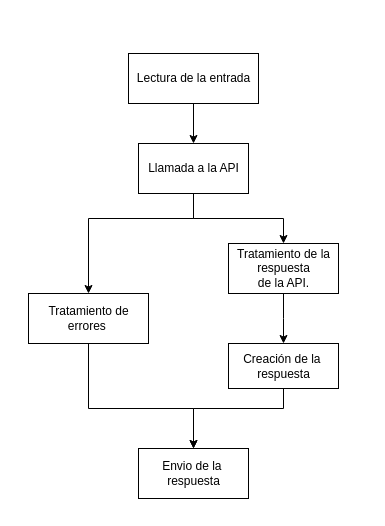
Above: Documentación/Imagenes/Bitmap/Diagramas/serviciosAPIARAASAC.drawio in NILGroup/TFG-1819-PictoTexto (draw.io), before the change. Source tidied: cells renumbered, new cells numbered last; positions are measured from the earlier drawing's top-left corner, leaving out a move shared by most shapes. Both pictures are drawn from the tidied source at 100%, with x=0, y=0 at pixel (28, 53).
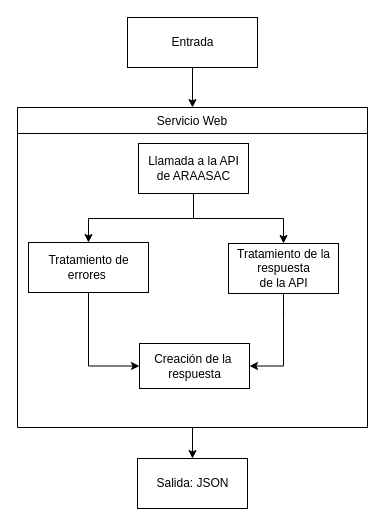
The same diagram, later.

Commit message (it also covers changes not shown here):
Modifications on arquitecture chapter  and some diagrams

Diff of the diagram source:
```diff
@@
-    <mxCell id="2" style="edgeStyle=orthogonalEdgeStyle;rounded=0;jettySize=auto;html=1;exitX=0.5;exitY=1;exitDx=0;exitDy=0;entryX=0.5;entryY=0;entryDx=0;entryDy=0;" parent="1" edge="1" source="6" target="5">
+    <mxCell id="2" style="edgeStyle=orthogonalEdgeStyle;rounded=0;jettySize=auto;html=1;exitX=0.5;exitY=1;exitDx=0;exitDy=0;entryX=0.5;entryY=0;entryDx=0;entryDy=0;" parent="1" edge="1" source="6" target="16">
       <mxGeometry relative="1" as="geometry" />
     </mxCell>
@@
-    <mxCell id="5" value="Llamada a la API" style="html=1;" parent="1" vertex="1">
+    <mxCell id="5" value="Llamada a la API&lt;br&gt;de ARAASAC&lt;br&gt;" style="html=1;" parent="1" vertex="1">
       <mxGeometry x="110" y="90" width="110" height="50" as="geometry" />
     </mxCell>
-    <mxCell id="6" value="Lectura de la entrada" style="html=1;" parent="1" vertex="1">
-      <mxGeometry x="100" width="130" height="50" as="geometry" />
+    <mxCell id="6" value="Entrada" style="html=1;" parent="1" vertex="1">
+      <mxGeometry x="99" y="-36" width="130" height="50" as="geometry" />
     </mxCell>
-    <mxCell id="7" style="edgeStyle=orthogonalEdgeStyle;rounded=0;jettySize=auto;html=1;" parent="1" edge="1" source="8" target="13">
-      <mxGeometry relative="1" as="geometry">
-        <Array as="points">
-          <mxPoint x="60" y="355" />
-          <mxPoint x="165" y="355" />
-        </Array>
-      </mxGeometry>
-    </mxCell>
+    <mxCell id="14" style="edgeStyle=orthogonalEdgeStyle;rounded=0;jettySize=auto;html=1;entryX=0;entryY=0.5;entryDx=0;entryDy=0;" parent="1" edge="1" source="8" target="12">
+      <mxGeometry relative="1" as="geometry" />
+    </mxCell>
     <mxCell id="8" value="Tratamiento de &lt;br&gt;errores&amp;nbsp;&lt;br&gt;" style="html=1;" parent="1" vertex="1">
-      <mxGeometry y="240" width="120" height="50" as="geometry" />
+      <mxGeometry y="189" width="120" height="50" as="geometry" />
     </mxCell>
@@
-    <mxCell id="10" value="Tratamiento de la&lt;br&gt;respuesta &lt;br&gt;de la API.&lt;br&gt;" style="html=1;" parent="1" vertex="1">
+    <mxCell id="10" value="Tratamiento de la&lt;br&gt;respuesta &lt;br&gt;de la API&lt;br&gt;" style="html=1;" parent="1" vertex="1">
       <mxGeometry x="200" y="190" width="110" height="50" as="geometry" />
     </mxCell>
-    <mxCell id="11" style="edgeStyle=orthogonalEdgeStyle;rounded=0;jettySize=auto;html=1;" parent="1" edge="1" source="12" target="13">
-      <mxGeometry relative="1" as="geometry">
-        <Array as="points">
-          <mxPoint x="255" y="355" />
-          <mxPoint x="165" y="355" />
-        </Array>
-      </mxGeometry>
-    </mxCell>
     <mxCell id="12" value="Creación de la&amp;nbsp;&lt;br&gt;respuesta&lt;br&gt;" style="html=1;" parent="1" vertex="1">
-      <mxGeometry x="200" y="290" width="110" height="45" as="geometry" />
+      <mxGeometry x="111" y="290" width="110" height="45" as="geometry" />
     </mxCell>
-    <mxCell id="13" value="Envio de la&amp;nbsp;&lt;br&gt;respuesta&lt;br&gt;" style="html=1;" parent="1" vertex="1">
-      <mxGeometry x="110" y="395" width="110" height="50" as="geometry" />
+    <mxCell id="13" value="Salida: JSON&lt;br&gt;" style="html=1;" parent="1" vertex="1">
+      <mxGeometry x="109" y="405" width="110" height="50" as="geometry" />
     </mxCell>
+    <mxCell id="15" style="edgeStyle=orthogonalEdgeStyle;rounded=0;jettySize=auto;html=1;entryX=0.5;entryY=0;entryDx=0;entryDy=0;" parent="1" edge="1" source="16" target="13">
+      <mxGeometry relative="1" as="geometry" />
+    </mxCell>
+    <mxCell id="16" value="Servicio Web" style="swimlane;fontStyle=0;horizontal=1;startSize=26;fillColor=none;" parent="1" vertex="1">
+      <mxGeometry x="-11" y="54" width="350" height="320" as="geometry" />
+    </mxCell>
```
